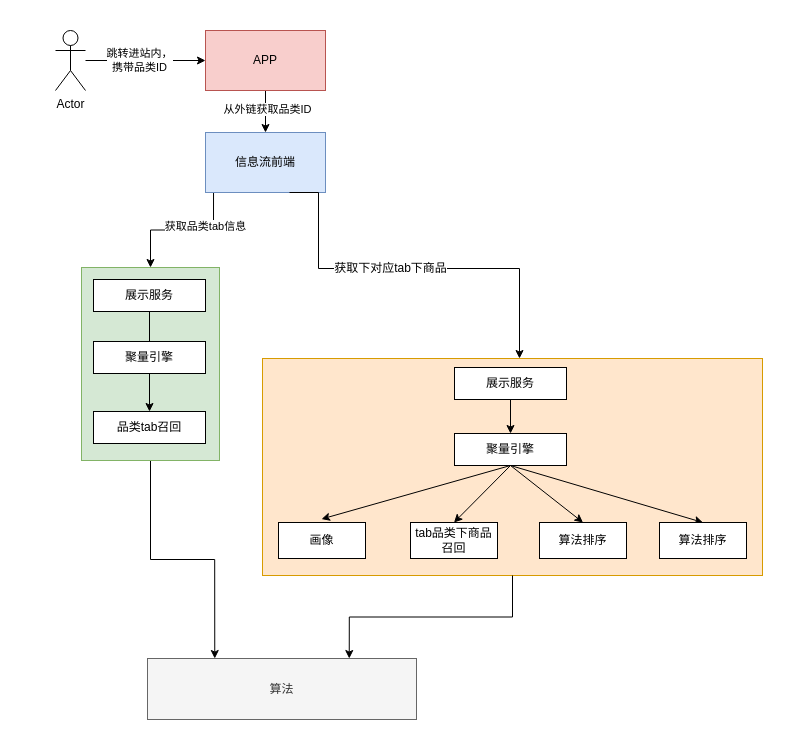
The draw.io diagram 品类还原流程.drawio in BlankKelly/diagrams, before the edit. Source tidied: cells renumbered, new cells numbered last; positions are measured from the earlier drawing's top-left corner, leaving out a move shared by most shapes. Both pictures are drawn from the tidied source at 100%, with x=0, y=0 at pixel (55, 30).
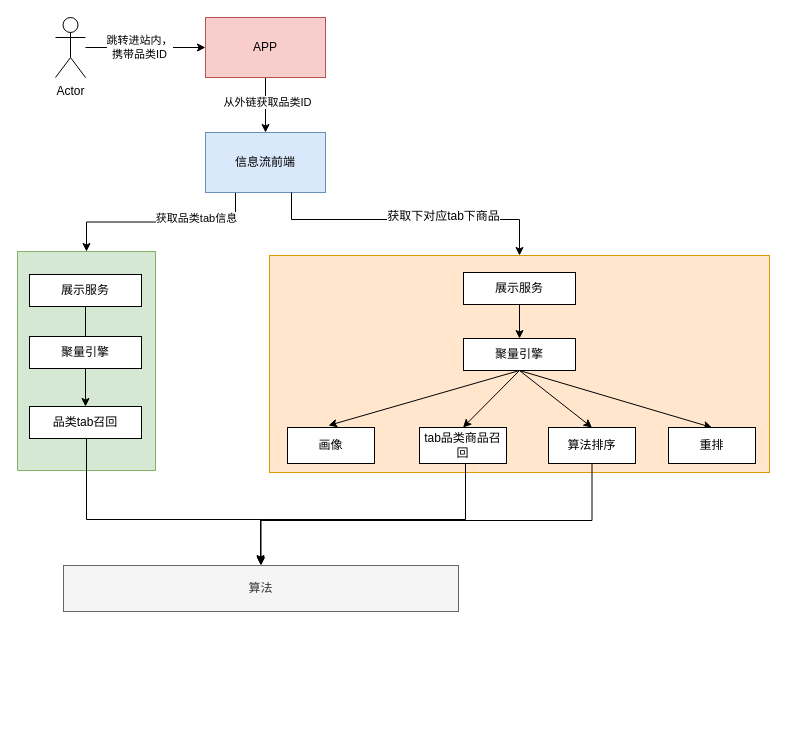
After the change.

Commit message:
更新品类还原流程.drawio

Unchanged cells that the change refers to:
```xml
<mxCell id="11" value="信息流前端" style="rounded=0;whiteSpace=wrap;html=1;fillColor=#dae8fc;strokeColor=#6c8ebf;" parent="1" vertex="1">
  <mxGeometry x="150" y="102" width="120" height="60" as="geometry" />
</mxCell>
```

What changed in the source:
```diff
@@
+    <mxCell id="13" style="whiteSpace=wrap;html=1;rounded=0;fillColor=#d5e8d4;strokeColor=#82b366;" parent="1" vertex="1">
+      <mxGeometry x="-38" y="221" width="138" height="219" as="geometry" />
+    </mxCell>
     <mxCell id="2" style="whiteSpace=wrap;html=1;rounded=0;fillColor=#ffe6cc;strokeColor=#d79b00;" parent="1" vertex="1">
-      <mxGeometry x="207" y="328" width="500" height="217" as="geometry" />
+      <mxGeometry x="214" y="225" width="500" height="217" as="geometry" />
     </mxCell>
@@
     <mxCell id="5" value="APP" style="rounded=0;whiteSpace=wrap;html=1;fillColor=#f8cecc;strokeColor=#b85450;" parent="1" vertex="1">
-      <mxGeometry x="150" width="120" height="60" as="geometry" />
+      <mxGeometry x="150" y="-13" width="120" height="60" as="geometry" />
     </mxCell>
@@
     <mxCell id="8" value="Actor" style="shape=umlActor;verticalLabelPosition=bottom;verticalAlign=top;html=1;outlineConnect=0;" parent="1" vertex="1">
-      <mxGeometry width="30" height="60" as="geometry" />
+      <mxGeometry y="-13" width="30" height="60" as="geometry" />
     </mxCell>
-    <mxCell id="9" style="edgeStyle=orthogonalEdgeStyle;rounded=0;jettySize=auto;html=1;exitX=0.067;exitY=0.992;exitDx=0;exitDy=0;entryX=0.5;entryY=0;entryDx=0;entryDy=0;exitPerimeter=0;" parent="1" edge="1" source="11" target="13">
+    <mxCell id="9" style="edgeStyle=orthogonalEdgeStyle;rounded=0;jettySize=auto;html=1;exitX=0.25;exitY=1;exitDx=0;exitDy=0;entryX=0.5;entryY=0;entryDx=0;entryDy=0;" parent="1" edge="1" source="11" target="13">
       <mxGeometry relative="1" as="geometry" />
     </mxCell>
@@
-    <mxCell id="12" style="edgeStyle=orthogonalEdgeStyle;rounded=0;jettySize=auto;html=1;exitX=0.5;exitY=1;exitDx=0;exitDy=0;entryX=0.25;entryY=0;entryDx=0;entryDy=0;" parent="1" edge="1" source="13" target="15">
-      <mxGeometry relative="1" as="geometry" />
+    <mxCell id="12" style="edgeStyle=orthogonalEdgeStyle;rounded=0;jettySize=auto;html=1;exitX=0.5;exitY=1;exitDx=0;exitDy=0;" parent="1" edge="1" source="22">
+      <mxGeometry relative="1" as="geometry">
+        <mxPoint x="205" y="534" as="targetPoint" />
+        <Array as="points">
+          <mxPoint x="31" y="408" />
+          <mxPoint x="31" y="489" />
+          <mxPoint x="205" y="489" />
+        </Array>
+      </mxGeometry>
     </mxCell>
-    <mxCell id="13" style="whiteSpace=wrap;html=1;rounded=0;fillColor=#d5e8d4;strokeColor=#82b366;" parent="1" vertex="1">
-      <mxGeometry x="26" y="237" width="138" height="193" as="geometry" />
-    </mxCell>
-    <mxCell id="14" style="edgeStyle=orthogonalEdgeStyle;rounded=0;jettySize=auto;html=1;entryX=0.75;entryY=0;entryDx=0;entryDy=0;" parent="1" edge="1" source="2" target="15">
-      <mxGeometry relative="1" as="geometry" />
+    <mxCell id="14" style="edgeStyle=orthogonalEdgeStyle;rounded=0;jettySize=auto;html=1;entryX=0.5;entryY=0;entryDx=0;entryDy=0;exitX=0.5;exitY=1;exitDx=0;exitDy=0;" parent="1" edge="1" source="31">
+      <mxGeometry relative="1" as="geometry">
+        <mxPoint x="205" y="533" as="targetPoint" />
+        <Array as="points">
+          <mxPoint x="410" y="433" />
+          <mxPoint x="410" y="489" />
+          <mxPoint x="205" y="489" />
+        </Array>
+      </mxGeometry>
     </mxCell>
     <mxCell id="15" value="算法" style="rounded=0;whiteSpace=wrap;html=1;fillColor=#f5f5f5;fontColor=#333333;strokeColor=#666666;" parent="1" vertex="1">
-      <mxGeometry x="92" y="628" width="269" height="61" as="geometry" />
+      <mxGeometry x="8" y="535" width="395" height="46" as="geometry" />
     </mxCell>
@@
-    <mxCell id="17" style="edgeStyle=orthogonalEdgeStyle;rounded=0;jettySize=auto;html=1;exitX=0.7;exitY=1;exitDx=0;exitDy=0;exitPerimeter=0;" parent="1" edge="1" source="11" target="2">
+    <mxCell id="17" style="edgeStyle=orthogonalEdgeStyle;rounded=0;jettySize=auto;html=1;entryX=0.5;entryY=0;entryDx=0;entryDy=0;" parent="1" edge="1" target="2">
       <mxGeometry relative="1" as="geometry">
+        <mxPoint x="236" y="162" as="sourcePoint" />
         <Array as="points">
-          <mxPoint x="263" y="162" />
-          <mxPoint x="263" y="238" />
-          <mxPoint x="464" y="238" />
+          <mxPoint x="236" y="189" />
+          <mxPoint x="464" y="189" />
         </Array>
       </mxGeometry>
     </mxCell>
     <mxCell id="18" value="&lt;span style=&quot;font-size: 12px;&quot;&gt;获取下对应tab下商品&lt;/span&gt;" style="edgeLabel;html=1;align=center;verticalAlign=middle;" parent="17" vertex="1">
-      <mxGeometry x="-0.11" y="2" relative="1" as="geometry">
-        <mxPoint y="1" as="offset" />
-      </mxGeometry>
+      <mxGeometry x="0.22" y="4" relative="1" as="geometry" />
     </mxCell>
@@
     <mxCell id="20" value="展示服务" style="rounded=0;whiteSpace=wrap;html=1;" parent="1" vertex="1">
-      <mxGeometry x="38" y="249" width="112" height="32" as="geometry" />
+      <mxGeometry x="-26" y="244" width="112" height="32" as="geometry" />
     </mxCell>
     <mxCell id="21" value="聚量引擎" style="rounded=0;whiteSpace=wrap;html=1;" parent="1" vertex="1">
-      <mxGeometry x="38" y="311" width="112" height="32" as="geometry" />
+      <mxGeometry x="-26" y="306" width="112" height="32" as="geometry" />
     </mxCell>
     <mxCell id="22" value="品类tab召回" style="rounded=0;whiteSpace=wrap;html=1;" parent="1" vertex="1">
-      <mxGeometry x="38" y="381" width="112" height="32" as="geometry" />
+      <mxGeometry x="-26" y="376" width="112" height="32" as="geometry" />
     </mxCell>
@@
     <mxCell id="24" value="展示服务" style="rounded=0;whiteSpace=wrap;html=1;" parent="1" vertex="1">
-      <mxGeometry x="399" y="337" width="112" height="32" as="geometry" />
+      <mxGeometry x="408" y="242" width="112" height="32" as="geometry" />
     </mxCell>
-    <mxCell id="25" style="rounded=0;jettySize=auto;html=1;entryX=0.118;entryY=0.74;entryDx=0;entryDy=0;entryPerimeter=0;exitX=0.5;exitY=1;exitDx=0;exitDy=0;" parent="1" edge="1" source="29" target="2">
-      <mxGeometry relative="1" as="geometry" />
+    <mxCell id="25" style="rounded=0;jettySize=auto;html=1;exitX=0.5;exitY=1;exitDx=0;exitDy=0;" parent="1" edge="1" source="29">
+      <mxGeometry relative="1" as="geometry">
+        <mxPoint x="273" y="395" as="targetPoint" />
+      </mxGeometry>
     </mxCell>
@@
     <mxCell id="29" value="聚量引擎" style="rounded=0;whiteSpace=wrap;html=1;" parent="1" vertex="1">
-      <mxGeometry x="399" y="403" width="112" height="32" as="geometry" />
+      <mxGeometry x="408" y="308" width="112" height="32" as="geometry" />
     </mxCell>
     <mxCell id="30" value="画像" style="rounded=0;whiteSpace=wrap;html=1;" parent="1" vertex="1">
-      <mxGeometry x="223" y="492" width="87" height="36" as="geometry" />
+      <mxGeometry x="232" y="397" width="87" height="36" as="geometry" />
     </mxCell>
-    <mxCell id="31" value="tab品类下商品召回" style="rounded=0;whiteSpace=wrap;html=1;" parent="1" vertex="1">
-      <mxGeometry x="355" y="492" width="87" height="36" as="geometry" />
+    <mxCell id="31" value="tab品类商品召回" style="rounded=0;whiteSpace=wrap;html=1;" parent="1" vertex="1">
+      <mxGeometry x="364" y="397" width="87" height="36" as="geometry" />
     </mxCell>
+    <mxCell id="34" style="edgeStyle=orthogonalEdgeStyle;rounded=0;jettySize=auto;html=1;exitX=0.5;exitY=1;exitDx=0;exitDy=0;entryX=0.5;entryY=0;entryDx=0;entryDy=0;" parent="1" edge="1" source="32" target="15">
+      <mxGeometry relative="1" as="geometry">
+        <Array as="points">
+          <mxPoint x="537" y="490" />
+          <mxPoint x="206" y="490" />
+        </Array>
+      </mxGeometry>
+    </mxCell>
     <mxCell id="32" value="算法排序" style="rounded=0;whiteSpace=wrap;html=1;" parent="1" vertex="1">
-      <mxGeometry x="484" y="492" width="87" height="36" as="geometry" />
+      <mxGeometry x="493" y="397" width="87" height="36" as="geometry" />
     </mxCell>
-    <mxCell id="33" value="算法排序" style="rounded=0;whiteSpace=wrap;html=1;" parent="1" vertex="1">
-      <mxGeometry x="604" y="492" width="87" height="36" as="geometry" />
+    <mxCell id="33" value="重排" style="rounded=0;whiteSpace=wrap;html=1;" parent="1" vertex="1">
+      <mxGeometry x="613" y="397" width="87" height="36" as="geometry" />
     </mxCell>
```
